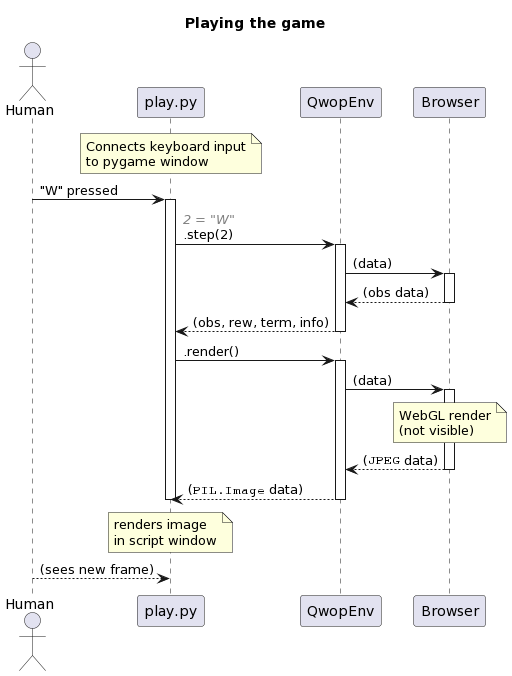
The PlantUML diagram doc/play.png in smanolloff/qwop-gym, before a commit. The source it was exported from:
```plantuml
@startuml
title Playing the game

autoactivate on

actor Human as human
participant play.py as script
participant QwopEnv as env
participant Browser as browser

note over script: Connects keyboard input\nto pygame window

human -> script: "W" pressed
script -> env: <font color="gray"><i>2 = "W"</i></font>\n.step(2)
env -> browser: (data)
browser --> env: (obs data)
env --> script: (obs, rew, term, info)

script -> env: .render()
env -> browser: (data)
note over browser: WebGL render\n(not visible)
browser --> env: (""JPEG"" data)
env --> script: (""PIL.Image"" data)
note over script: renders image\nin script window
deactivate script

human --> script: (sees new frame)
@enduml
```
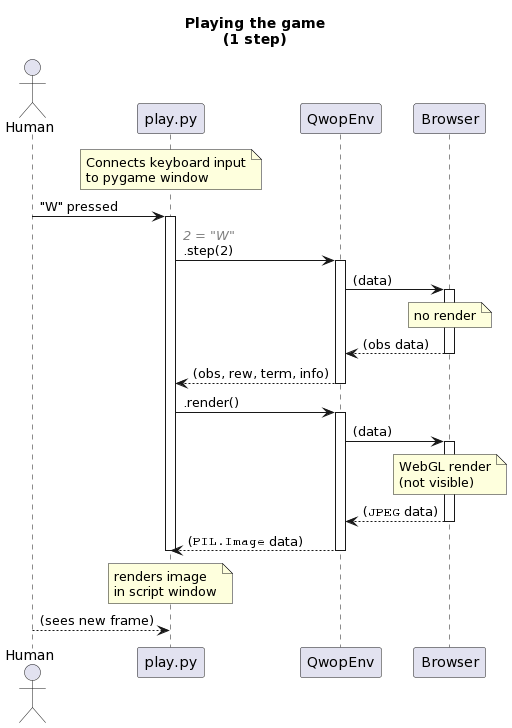
Later version of the same file.

Change to the diagram source:
```diff
@@ -1,5 +1,5 @@
 @startuml
-title Playing the game
+title Playing the game\n(1 step)
 
 autoactivate on
 
@@ -13,6 +13,7 @@
 human -> script: "W" pressed
 script -> env: <font color="gray"><i>2 = "W"</i></font>\n.step(2)
 env -> browser: (data)
+note over browser: no render
 browser --> env: (obs data)
 env --> script: (obs, rew, term, info)
 
```
